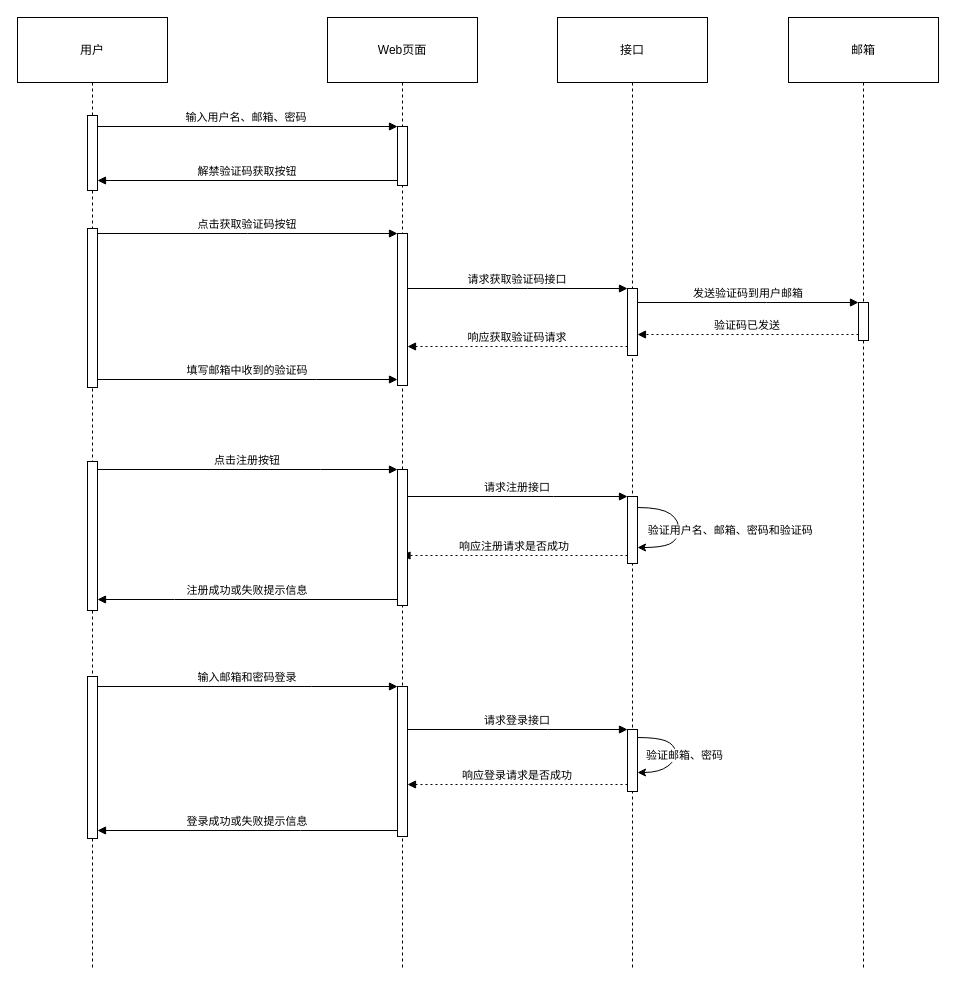
The draw.io diagram 登录注册时序图.drawio in Heart-clearing/git-demo, before the edit. Source tidied: cells renumbered, new cells numbered last; positions are measured from the earlier drawing's top-left corner, leaving out a move shared by most shapes. Both pictures are drawn from the tidied source at 100%, with x=0, y=0 at pixel (17, 17).
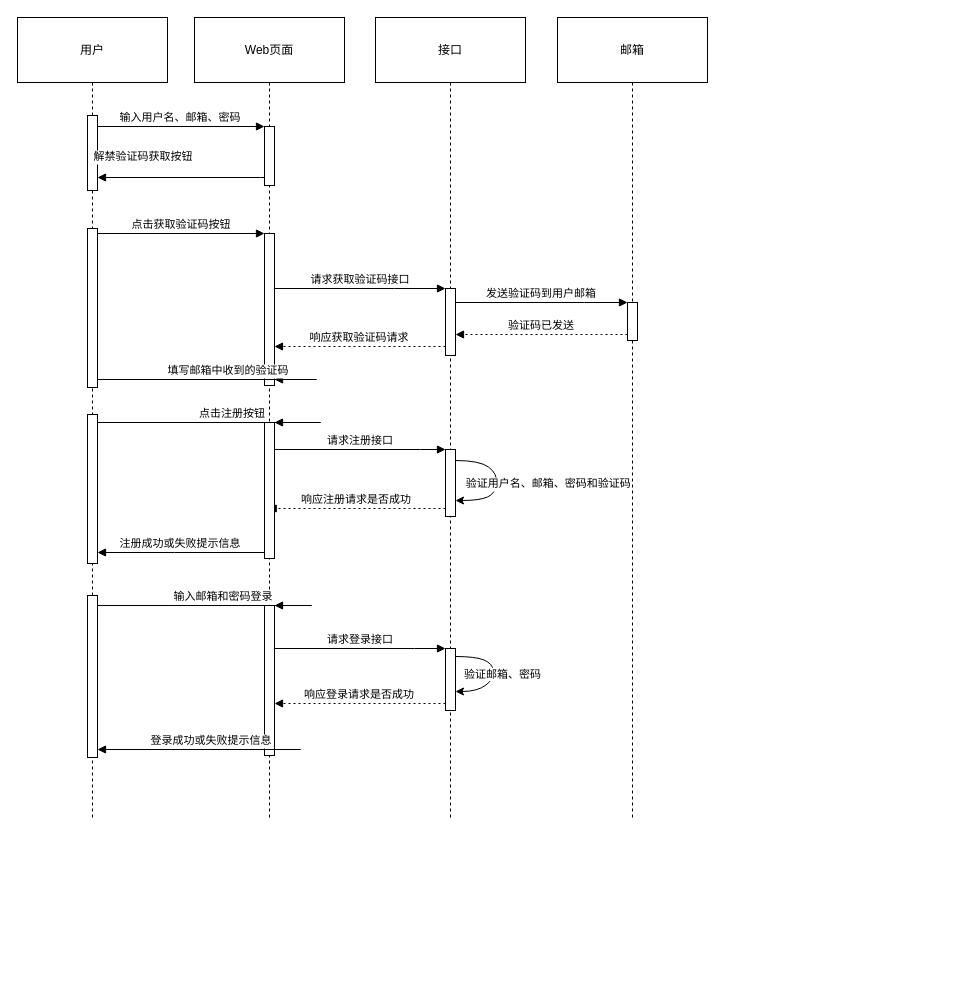
After the change.

Commit message:
更新登录注册时序图.drawio

Unchanged cells that the change refers to:
```xml
<mxCell id="3" style="html=1;points=[];perimeter=orthogonalPerimeter;outlineConnect=0;targetShapes=umlLifeline;portConstraint=eastwest;newEdgeStyle={&quot;edgeStyle&quot;:&quot;elbowEdgeStyle&quot;,&quot;elbow&quot;:&quot;vertical&quot;,&quot;curved&quot;:0,&quot;rounded&quot;:0};" parent="2" vertex="1">
  <mxGeometry x="70" y="98" width="10" height="75" as="geometry" />
</mxCell>
<mxCell id="8" style="html=1;points=[];perimeter=orthogonalPerimeter;outlineConnect=0;targetShapes=umlLifeline;portConstraint=eastwest;newEdgeStyle={&quot;edgeStyle&quot;:&quot;elbowEdgeStyle&quot;,&quot;elbow&quot;:&quot;vertical&quot;,&quot;curved&quot;:0,&quot;rounded&quot;:0};" parent="7" vertex="1">
  <mxGeometry x="70" y="109" width="10" height="59" as="geometry" />
</mxCell>
<mxCell id="9" style="html=1;points=[];perimeter=orthogonalPerimeter;outlineConnect=0;targetShapes=umlLifeline;portConstraint=eastwest;newEdgeStyle={&quot;edgeStyle&quot;:&quot;elbowEdgeStyle&quot;,&quot;elbow&quot;:&quot;vertical&quot;,&quot;curved&quot;:0,&quot;rounded&quot;:0};" parent="7" vertex="1">
  <mxGeometry x="70" y="216" width="10" height="152" as="geometry" />
</mxCell>
<mxCell id="12" style="html=1;points=[];perimeter=orthogonalPerimeter;outlineConnect=0;targetShapes=umlLifeline;portConstraint=eastwest;newEdgeStyle={&quot;edgeStyle&quot;:&quot;elbowEdgeStyle&quot;,&quot;elbow&quot;:&quot;vertical&quot;,&quot;curved&quot;:0,&quot;rounded&quot;:0};" parent="11" vertex="1">
  <mxGeometry x="70" y="271" width="10" height="67" as="geometry" />
</mxCell>
<mxCell id="19" style="html=1;points=[];perimeter=orthogonalPerimeter;outlineConnect=0;targetShapes=umlLifeline;portConstraint=eastwest;newEdgeStyle={&quot;edgeStyle&quot;:&quot;elbowEdgeStyle&quot;,&quot;elbow&quot;:&quot;vertical&quot;,&quot;curved&quot;:0,&quot;rounded&quot;:0};" parent="18" vertex="1">
  <mxGeometry x="70" y="285" width="10" height="38" as="geometry" />
</mxCell>
```

What changed in the source:
```diff
@@
     <mxCell id="2" value="用户" style="shape=umlLifeline;perimeter=lifelinePerimeter;whiteSpace=wrap;newEdgeStyle={&quot;edgeStyle&quot;:&quot;elbowEdgeStyle&quot;,&quot;elbow&quot;:&quot;vertical&quot;,&quot;curved&quot;:0,&quot;rounded&quot;:0};size=65;" parent="1" vertex="1">
-      <mxGeometry width="150" height="950" as="geometry" />
+      <mxGeometry width="150" height="800" as="geometry" />
     </mxCell>
@@
     <mxCell id="5" style="html=1;points=[];perimeter=orthogonalPerimeter;outlineConnect=0;targetShapes=umlLifeline;portConstraint=eastwest;newEdgeStyle={&quot;edgeStyle&quot;:&quot;elbowEdgeStyle&quot;,&quot;elbow&quot;:&quot;vertical&quot;,&quot;curved&quot;:0,&quot;rounded&quot;:0};" parent="2" vertex="1">
-      <mxGeometry x="70" y="444" width="10" height="149" as="geometry" />
+      <mxGeometry x="70" y="397" width="10" height="149" as="geometry" />
     </mxCell>
     <mxCell id="6" style="html=1;points=[];perimeter=orthogonalPerimeter;outlineConnect=0;targetShapes=umlLifeline;portConstraint=eastwest;newEdgeStyle={&quot;edgeStyle&quot;:&quot;elbowEdgeStyle&quot;,&quot;elbow&quot;:&quot;vertical&quot;,&quot;curved&quot;:0,&quot;rounded&quot;:0};" parent="2" vertex="1">
-      <mxGeometry x="70" y="659" width="10" height="162" as="geometry" />
+      <mxGeometry x="70" y="578" width="10" height="162" as="geometry" />
     </mxCell>
     <mxCell id="7" value="Web页面" style="shape=umlLifeline;perimeter=lifelinePerimeter;whiteSpace=wrap;outlineConnect=0;portConstraint=eastwest;newEdgeStyle={&quot;edgeStyle&quot;:&quot;elbowEdgeStyle&quot;,&quot;elbow&quot;:&quot;vertical&quot;,&quot;curved&quot;:0,&quot;rounded&quot;:0};size=65;" parent="1" vertex="1">
-      <mxGeometry x="310" width="150" height="950" as="geometry" />
+      <mxGeometry x="177" width="150" height="800" as="geometry" />
     </mxCell>
@@
     <mxCell id="10" style="html=1;points=[];perimeter=orthogonalPerimeter;outlineConnect=0;targetShapes=umlLifeline;portConstraint=eastwest;newEdgeStyle={&quot;edgeStyle&quot;:&quot;elbowEdgeStyle&quot;,&quot;elbow&quot;:&quot;vertical&quot;,&quot;curved&quot;:0,&quot;rounded&quot;:0};" parent="7" vertex="1">
-      <mxGeometry x="70" y="669" width="10" height="150" as="geometry" />
+      <mxGeometry x="70" y="588" width="10" height="150" as="geometry" />
     </mxCell>
     <mxCell id="11" value="接口" style="shape=umlLifeline;perimeter=lifelinePerimeter;whiteSpace=wrap;newEdgeStyle={&quot;edgeStyle&quot;:&quot;elbowEdgeStyle&quot;,&quot;elbow&quot;:&quot;vertical&quot;,&quot;curved&quot;:0,&quot;rounded&quot;:0};size=65;" parent="1" vertex="1">
-      <mxGeometry x="540" width="150" height="950" as="geometry" />
+      <mxGeometry x="358" width="150" height="800" as="geometry" />
     </mxCell>
@@
     <mxCell id="13" style="html=1;points=[];perimeter=orthogonalPerimeter;outlineConnect=0;targetShapes=umlLifeline;portConstraint=eastwest;newEdgeStyle={&quot;edgeStyle&quot;:&quot;elbowEdgeStyle&quot;,&quot;elbow&quot;:&quot;vertical&quot;,&quot;curved&quot;:0,&quot;rounded&quot;:0};" parent="11" vertex="1">
-      <mxGeometry x="70" y="479" width="10" height="67" as="geometry" />
+      <mxGeometry x="70" y="432" width="10" height="67" as="geometry" />
     </mxCell>
     <mxCell id="14" value="验证用户名、邮箱、密码和验证码" style="curved=1;" parent="11" edge="1" source="13" target="13">
       <mxGeometry x="-0.06" y="52" relative="1" as="geometry">
         <Array as="points">
-          <mxPoint x="104" y="490" />
-          <mxPoint x="122" y="503" />
-          <mxPoint x="120" y="523" />
-          <mxPoint x="104" y="530" />
+          <mxPoint x="104" y="443" />
+          <mxPoint x="122" y="456" />
+          <mxPoint x="120" y="476" />
+          <mxPoint x="104" y="483" />
         </Array>
       </mxGeometry>
     </mxCell>
     <mxCell id="15" style="html=1;points=[];perimeter=orthogonalPerimeter;outlineConnect=0;targetShapes=umlLifeline;portConstraint=eastwest;newEdgeStyle={&quot;edgeStyle&quot;:&quot;elbowEdgeStyle&quot;,&quot;elbow&quot;:&quot;vertical&quot;,&quot;curved&quot;:0,&quot;rounded&quot;:0};" parent="11" vertex="1">
-      <mxGeometry x="70" y="712" width="10" height="62" as="geometry" />
+      <mxGeometry x="70" y="631" width="10" height="62" as="geometry" />
     </mxCell>
     <mxCell id="16" style="curved=1;" parent="11" edge="1" source="15" target="15">
       <mxGeometry x="0.09" y="56" relative="1" as="geometry">
         <Array as="points">
-          <mxPoint x="100" y="720" />
-          <mxPoint x="117" y="727" />
-          <mxPoint x="119" y="742" />
-          <mxPoint x="102" y="755" />
+          <mxPoint x="100" y="639" />
+          <mxPoint x="117" y="646" />
+          <mxPoint x="119" y="661" />
+          <mxPoint x="102" y="674" />
         </Array>
         <mxPoint x="22" y="-49" as="offset" />
       </mxGeometry>
     </mxCell>
@@
     <mxCell id="18" value="邮箱" style="shape=umlLifeline;perimeter=lifelinePerimeter;whiteSpace=wrap;newEdgeStyle={&quot;edgeStyle&quot;:&quot;elbowEdgeStyle&quot;,&quot;elbow&quot;:&quot;vertical&quot;,&quot;curved&quot;:0,&quot;rounded&quot;:0};size=65;" parent="1" vertex="1">
-      <mxGeometry x="771" width="150" height="950" as="geometry" />
+      <mxGeometry x="540" width="150" height="800" as="geometry" />
     </mxCell>
@@
-    <mxCell id="21" value="解禁验证码获取按钮" style="verticalAlign=bottom;endArrow=block;edgeStyle=elbowEdgeStyle;elbow=vertical;curved=0;rounded=0;" parent="1" edge="1" target="3">
-      <mxGeometry relative="1" as="geometry">
-        <mxPoint x="380" y="162" as="sourcePoint" />
+    <mxCell id="21" value="解禁验证码获取按钮" style="verticalAlign=bottom;endArrow=block;elbow=vertical;rounded=0;" parent="1" edge="1" source="8" target="3">
+      <mxGeometry x="0.45" y="-12" relative="1" as="geometry">
         <Array as="points">
-          <mxPoint x="240" y="163" />
+          <mxPoint x="243" y="160" />
         </Array>
       </mxGeometry>
     </mxCell>
@@
     <mxCell id="23" value="请求获取验证码接口" style="verticalAlign=bottom;endArrow=block;edgeStyle=elbowEdgeStyle;elbow=vertical;curved=0;rounded=0;" parent="1" edge="1" source="9" target="12">
       <mxGeometry relative="1" as="geometry">
         <Array as="points">
-          <mxPoint x="510" y="271" />
+          <mxPoint x="377" y="271" />
         </Array>
       </mxGeometry>
     </mxCell>
     <mxCell id="24" value="发送验证码到用户邮箱" style="verticalAlign=bottom;endArrow=block;edgeStyle=elbowEdgeStyle;elbow=vertical;curved=0;rounded=0;" parent="1" edge="1" source="12" target="19">
       <mxGeometry relative="1" as="geometry">
         <Array as="points">
-          <mxPoint x="749" y="285" />
-          <mxPoint x="741" y="325" />
+          <mxPoint x="567" y="285" />
+          <mxPoint x="559" y="325" />
         </Array>
       </mxGeometry>
     </mxCell>
     <mxCell id="25" value="验证码已发送" style="verticalAlign=bottom;endArrow=block;edgeStyle=elbowEdgeStyle;elbow=vertical;curved=0;rounded=0;dashed=1;dashPattern=2 3;" parent="1" edge="1" source="19" target="12">
       <mxGeometry relative="1" as="geometry">
         <Array as="points">
-          <mxPoint x="766" y="317" />
-          <mxPoint x="741" y="379" />
+          <mxPoint x="584" y="317" />
+          <mxPoint x="559" y="379" />
         </Array>
       </mxGeometry>
     </mxCell>
     <mxCell id="26" value="响应获取验证码请求" style="verticalAlign=bottom;endArrow=block;edgeStyle=elbowEdgeStyle;elbow=vertical;curved=0;rounded=0;dashed=1;dashPattern=2 3;" parent="1" edge="1" source="12" target="9">
       <mxGeometry relative="1" as="geometry">
         <Array as="points">
-          <mxPoint x="500" y="329" />
-          <mxPoint x="510" y="433" />
+          <mxPoint x="367" y="329" />
+          <mxPoint x="377" y="433" />
         </Array>
       </mxGeometry>
     </mxCell>
@@
     <mxCell id="28" value="点击注册按钮" style="verticalAlign=bottom;endArrow=block;edgeStyle=elbowEdgeStyle;elbow=vertical;curved=0;rounded=0;" parent="1" edge="1" source="5" target="37">
       <mxGeometry relative="1" as="geometry">
         <Array as="points">
-          <mxPoint x="303" y="452" />
-          <mxPoint x="240" y="649" />
+          <mxPoint x="303" y="405" />
+          <mxPoint x="240" y="602" />
         </Array>
       </mxGeometry>
     </mxCell>
     <mxCell id="29" value="请求注册接口" style="verticalAlign=bottom;endArrow=block;edgeStyle=elbowEdgeStyle;elbow=vertical;curved=0;rounded=0;" parent="1" edge="1" source="37" target="13">
       <mxGeometry relative="1" as="geometry">
         <Array as="points">
-          <mxPoint x="536" y="479" />
-          <mxPoint x="510" y="703" />
+          <mxPoint x="403" y="432" />
+          <mxPoint x="377" y="656" />
         </Array>
       </mxGeometry>
     </mxCell>
-    <mxCell id="30" value="响应注册请求是否成功" style="verticalAlign=bottom;endArrow=block;edgeStyle=elbowEdgeStyle;elbow=vertical;curved=0;rounded=0;dashed=1;dashPattern=2 3;" parent="1" edge="1" source="13" target="7">
+    <mxCell id="30" value="响应注册请求是否成功" style="verticalAlign=bottom;endArrow=block;edgeStyle=elbowEdgeStyle;elbow=vertical;curved=0;rounded=0;dashed=1;dashPattern=2 3;" parent="1" edge="1" source="13">
       <mxGeometry relative="1" as="geometry">
+        <mxPoint x="250.7" y="491" as="targetPoint" />
         <Array as="points">
-          <mxPoint x="525" y="538" />
-          <mxPoint x="510" y="841" />
+          <mxPoint x="392" y="491" />
+          <mxPoint x="377" y="794" />
         </Array>
       </mxGeometry>
     </mxCell>
     <mxCell id="31" value="注册成功或失败提示信息" style="verticalAlign=bottom;endArrow=block;edgeStyle=elbowEdgeStyle;elbow=vertical;curved=0;rounded=0;" parent="1" edge="1" source="37" target="5">
       <mxGeometry relative="1" as="geometry">
         <Array as="points">
-          <mxPoint x="157" y="582" />
-          <mxPoint x="320" y="580" />
-          <mxPoint x="321" y="573" />
-          <mxPoint x="326" y="566" />
-          <mxPoint x="240" y="895" />
+          <mxPoint x="157" y="535" />
+          <mxPoint x="320" y="533" />
+          <mxPoint x="321" y="526" />
+          <mxPoint x="326" y="519" />
+          <mxPoint x="240" y="848" />
         </Array>
       </mxGeometry>
     </mxCell>
     <mxCell id="32" value="输入邮箱和密码登录" style="verticalAlign=bottom;endArrow=block;edgeStyle=elbowEdgeStyle;elbow=vertical;curved=0;rounded=0;" parent="1" edge="1" source="6" target="10">
       <mxGeometry relative="1" as="geometry">
         <Array as="points">
-          <mxPoint x="294" y="669" />
-          <mxPoint x="240" y="949" />
+          <mxPoint x="294" y="588" />
+          <mxPoint x="240" y="868" />
         </Array>
       </mxGeometry>
     </mxCell>
     <mxCell id="33" value="请求登录接口" style="verticalAlign=bottom;endArrow=block;edgeStyle=elbowEdgeStyle;elbow=vertical;curved=0;rounded=0;" parent="1" edge="1" source="10" target="15">
       <mxGeometry relative="1" as="geometry">
         <Array as="points">
-          <mxPoint x="530" y="712" />
-          <mxPoint x="524" y="877" />
-          <mxPoint x="510" y="1003" />
+          <mxPoint x="397" y="631" />
+          <mxPoint x="391" y="796" />
+          <mxPoint x="377" y="922" />
         </Array>
       </mxGeometry>
     </mxCell>
     <mxCell id="34" value="响应登录请求是否成功" style="verticalAlign=bottom;endArrow=block;edgeStyle=elbowEdgeStyle;elbow=vertical;curved=0;rounded=0;dashed=1;dashPattern=2 3;" parent="1" edge="1" source="15" target="10">
       <mxGeometry relative="1" as="geometry">
         <Array as="points">
-          <mxPoint x="532" y="767" />
-          <mxPoint x="510" y="1141" />
+          <mxPoint x="399" y="686" />
+          <mxPoint x="377" y="1060" />
         </Array>
       </mxGeometry>
     </mxCell>
     <mxCell id="35" value="登录成功或失败提示信息" style="verticalAlign=bottom;endArrow=block;edgeStyle=elbowEdgeStyle;elbow=vertical;curved=0;rounded=0;" parent="1" edge="1" source="10" target="6">
       <mxGeometry relative="1" as="geometry">
         <Array as="points">
-          <mxPoint x="283" y="813" />
-          <mxPoint x="240" y="1195" />
+          <mxPoint x="283" y="732" />
+          <mxPoint x="240" y="1114" />
         </Array>
       </mxGeometry>
     </mxCell>
-    <mxCell id="36" style="verticalAlign=bottom;endArrow=block;edgeStyle=elbowEdgeStyle;elbow=vertical;curved=0;rounded=0;" parent="1" edge="1" source="7" target="37">
-      <mxGeometry relative="1" as="geometry" />
+    <mxCell id="36" style="verticalAlign=bottom;endArrow=block;edgeStyle=elbowEdgeStyle;elbow=vertical;curved=0;rounded=0;" parent="1" edge="1" target="37">
+      <mxGeometry relative="1" as="geometry">
+        <mxPoint x="250.7" y="473.2" as="sourcePoint" />
+      </mxGeometry>
     </mxCell>
     <mxCell id="37" style="html=1;points=[];perimeter=orthogonalPerimeter;outlineConnect=0;targetShapes=umlLifeline;portConstraint=eastwest;newEdgeStyle={&quot;edgeStyle&quot;:&quot;elbowEdgeStyle&quot;,&quot;elbow&quot;:&quot;vertical&quot;,&quot;curved&quot;:0,&quot;rounded&quot;:0};" parent="1" vertex="1">
-      <mxGeometry x="380" y="452" width="10" height="136" as="geometry" />
+      <mxGeometry x="247" y="405" width="10" height="136" as="geometry" />
     </mxCell>
```
